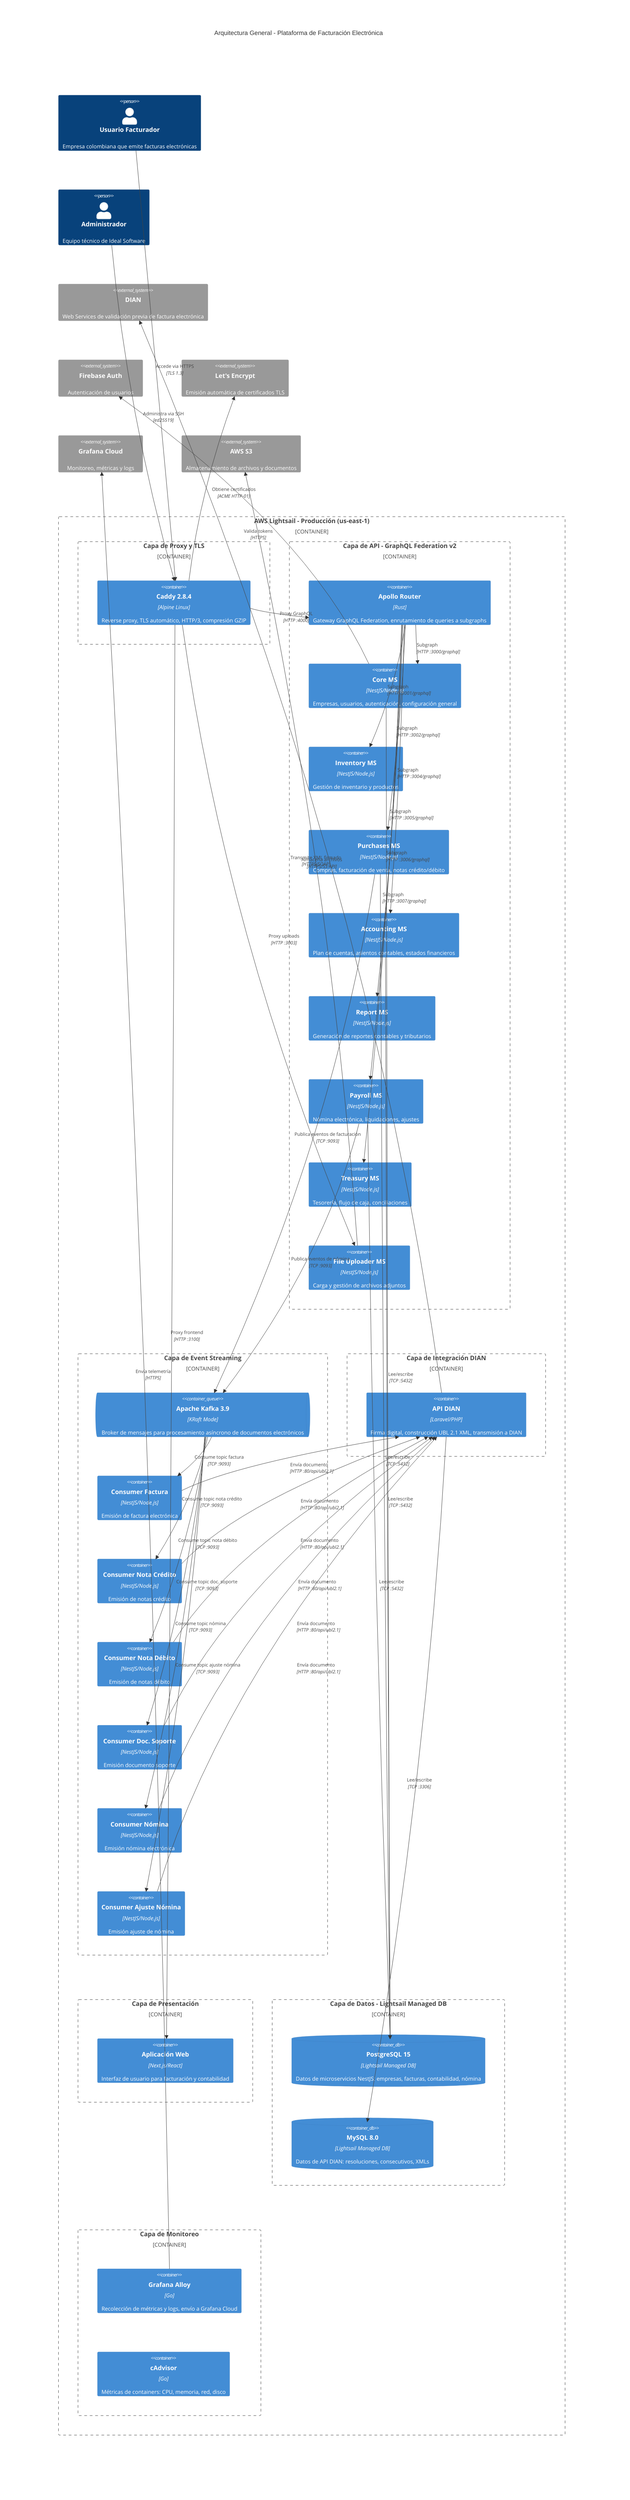
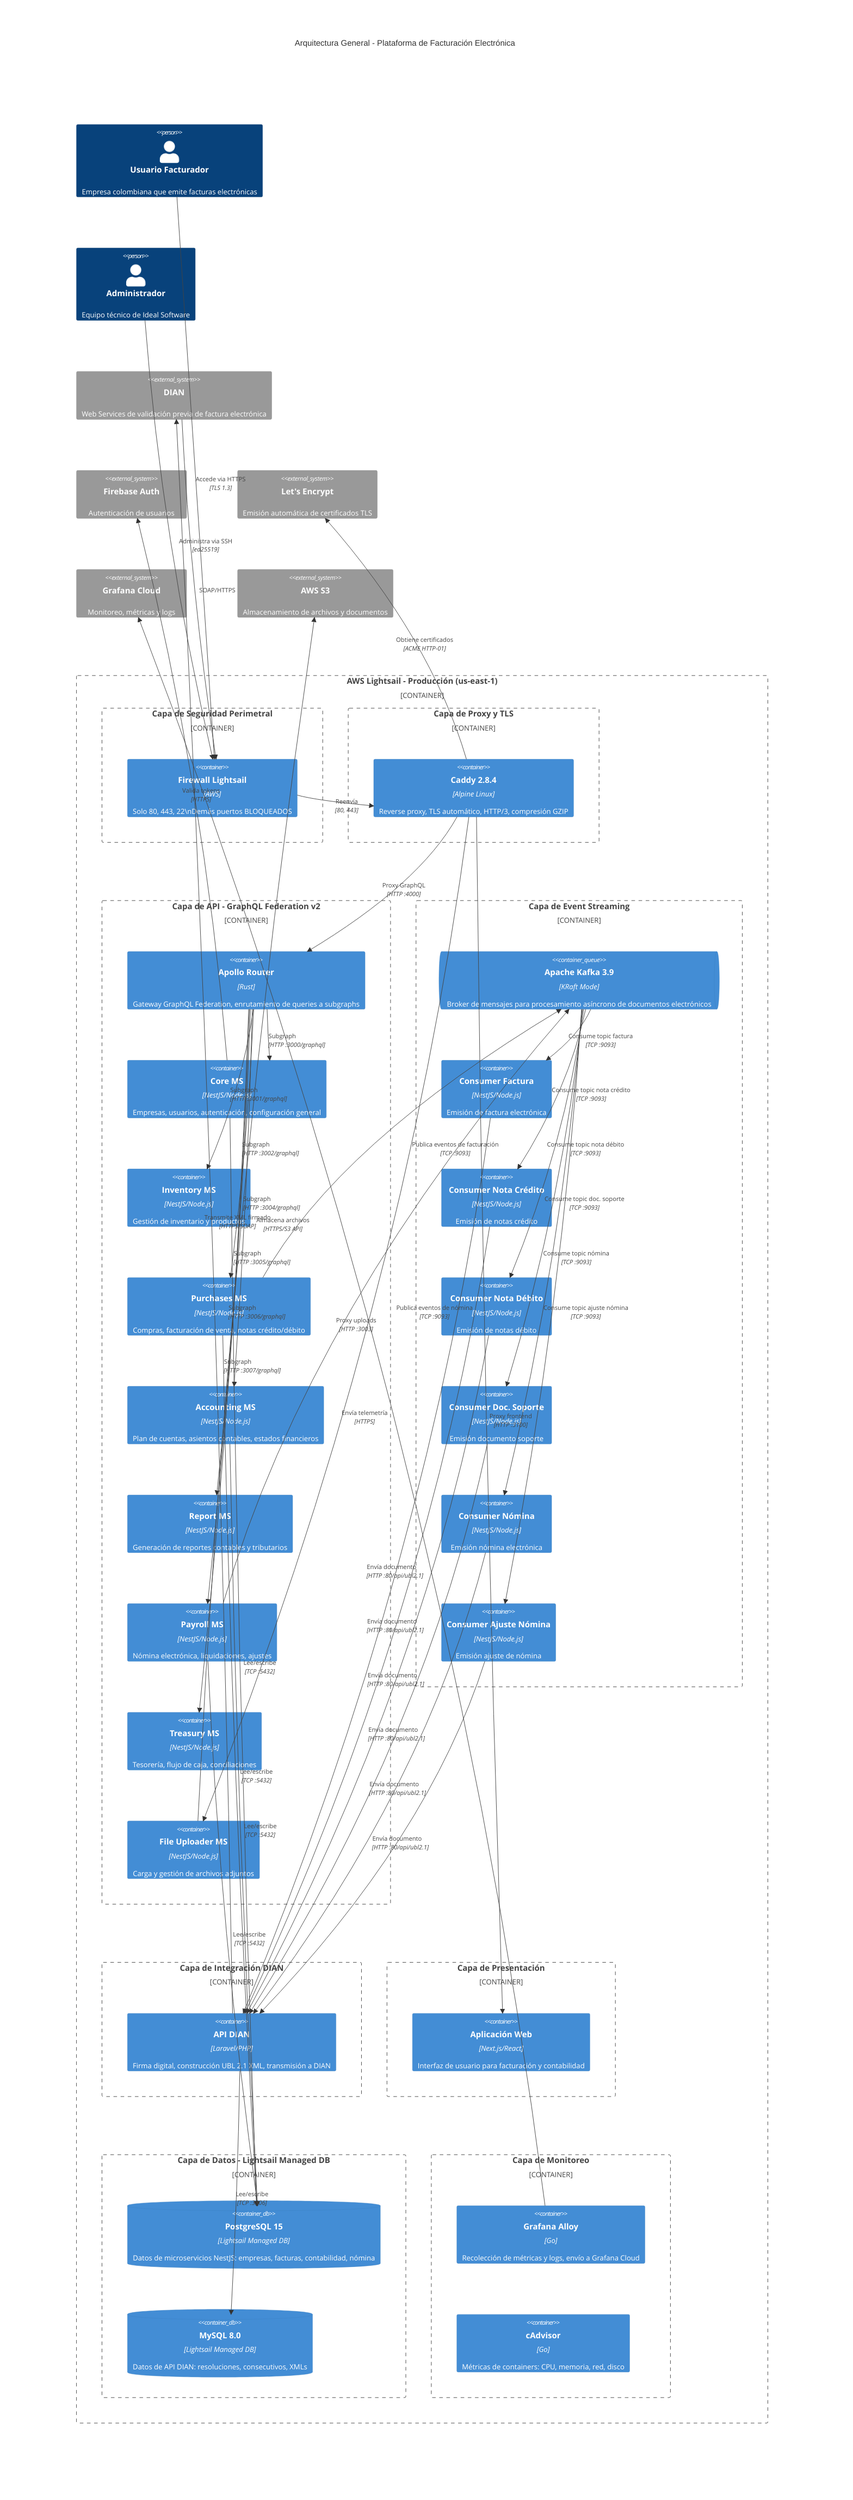
%% Arquitectura General del Servicio
C4Container
    title Arquitectura General - Plataforma de Facturación Electrónica

    Person(usuario, "Usuario Facturador", "Empresa colombiana que emite facturas electrónicas")
    Person(admin, "Administrador", "Equipo técnico de Ideal Software")

    System_Ext(dian, "DIAN", "Web Services de validación previa de factura electrónica")
    System_Ext(firebase, "Firebase Auth", "Autenticación de usuarios")
    System_Ext(letsencrypt, "Let's Encrypt", "Emisión automática de certificados TLS")
    System_Ext(grafana_cloud, "Grafana Cloud", "Monitoreo, métricas y logs")
    System_Ext(aws_s3, "AWS S3", "Almacenamiento de archivos y documentos")

    Container_Boundary(infra, "AWS Lightsail - Producción (us-east-1)") {
+ 
+         Container_Boundary(fw_layer, "Capa de Seguridad Perimetral") {
+             Container(firewall, "Firewall Lightsail", "AWS", "Solo 80, 443, 22\nDemás puertos BLOQUEADOS")
+         }

        Container_Boundary(proxy_layer, "Capa de Proxy y TLS") {
            Container(caddy, "Caddy 2.8.4", "Alpine Linux", "Reverse proxy, TLS automático, HTTP/3, compresión GZIP")
        }

        Container_Boundary(api_layer, "Capa de API - GraphQL Federation v2") {
            Container(router, "Apollo Router", "Rust", "Gateway GraphQL Federation, enrutamiento de queries a subgraphs")
            Container(core, "Core MS", "NestJS/Node.js", "Empresas, usuarios, autenticación, configuración general")
            Container(inventory, "Inventory MS", "NestJS/Node.js", "Gestión de inventario y productos")
            Container(purchases, "Purchases MS", "NestJS/Node.js", "Compras, facturación de venta, notas crédito/débito")
            Container(accounting, "Accounting MS", "NestJS/Node.js", "Plan de cuentas, asientos contables, estados financieros")
            Container(report, "Report MS", "NestJS/Node.js", "Generación de reportes contables y tributarios")
            Container(payroll, "Payroll MS", "NestJS/Node.js", "Nómina electrónica, liquidaciones, ajustes")
            Container(treasury, "Treasury MS", "NestJS/Node.js", "Tesorería, flujo de caja, conciliaciones")
            Container(fileuploader, "File Uploader MS", "NestJS/Node.js", "Carga y gestión de archivos adjuntos")
        }

        Container_Boundary(event_layer, "Capa de Event Streaming") {
            ContainerQueue(kafka, "Apache Kafka 3.9", "KRaft Mode", "Broker de mensajes para procesamiento asíncrono de documentos electrónicos")
            Container(consumer_einvoice, "Consumer Factura", "NestJS/Node.js", "Emisión de factura electrónica")
            Container(consumer_credit, "Consumer Nota Crédito", "NestJS/Node.js", "Emisión de notas crédito")
            Container(consumer_debit, "Consumer Nota Débito", "NestJS/Node.js", "Emisión de notas débito")
            Container(consumer_docsupport, "Consumer Doc. Soporte", "NestJS/Node.js", "Emisión documento soporte")
            Container(consumer_payroll, "Consumer Nómina", "NestJS/Node.js", "Emisión nómina electrónica")
            Container(consumer_payroll_adj, "Consumer Ajuste Nómina", "NestJS/Node.js", "Emisión ajuste de nómina")
        }

        Container_Boundary(dian_layer, "Capa de Integración DIAN") {
            Container(api_dian, "API DIAN", "Laravel/PHP", "Firma digital, construcción UBL 2.1 XML, transmisión a DIAN")
        }

        Container_Boundary(frontend_layer, "Capa de Presentación") {
            Container(webapp, "Aplicación Web", "Next.js/React", "Interfaz de usuario para facturación y contabilidad")
        }

        Container_Boundary(data_layer, "Capa de Datos - Lightsail Managed DB") {
            ContainerDb(postgres, "PostgreSQL 15", "Lightsail Managed DB", "Datos de microservicios NestJS: empresas, facturas, contabilidad, nómina")
            ContainerDb(mysql, "MySQL 8.0", "Lightsail Managed DB", "Datos de API DIAN: resoluciones, consecutivos, XMLs")
        }

        Container_Boundary(monitoring_layer, "Capa de Monitoreo") {
            Container(alloy, "Grafana Alloy", "Go", "Recolección de métricas y logs, envío a Grafana Cloud")
            Container(cadvisor, "cAdvisor", "Go", "Métricas de containers: CPU, memoria, red, disco")
        }
    }

-     Rel(usuario, caddy, "Accede via HTTPS", "TLS 1.3")
-     Rel(admin, caddy, "Administra via SSH", "ed25519")
+     Rel(usuario, firewall, "Accede via HTTPS", "TLS 1.3")
+     Rel(admin, firewall, "Administra via SSH", "ed25519")
+     Rel(firewall, caddy, "Reenvía", "80, 443")
    Rel(caddy, router, "Proxy GraphQL", "HTTP :4000")
    Rel(caddy, fileuploader, "Proxy uploads", "HTTP :3003")
    Rel(caddy, webapp, "Proxy frontend", "HTTP :3100")

    Rel(router, core, "Subgraph", "HTTP :3000/graphql")
    Rel(router, inventory, "Subgraph", "HTTP :3001/graphql")
    Rel(router, purchases, "Subgraph", "HTTP :3002/graphql")
    Rel(router, accounting, "Subgraph", "HTTP :3004/graphql")
    Rel(router, report, "Subgraph", "HTTP :3005/graphql")
    Rel(router, payroll, "Subgraph", "HTTP :3006/graphql")
    Rel(router, treasury, "Subgraph", "HTTP :3007/graphql")

    Rel(purchases, kafka, "Publica eventos de facturación", "TCP :9093")
    Rel(payroll, kafka, "Publica eventos de nómina", "TCP :9093")

    Rel(kafka, consumer_einvoice, "Consume topic factura", "TCP :9093")
    Rel(kafka, consumer_credit, "Consume topic nota crédito", "TCP :9093")
    Rel(kafka, consumer_debit, "Consume topic nota débito", "TCP :9093")
    Rel(kafka, consumer_docsupport, "Consume topic doc. soporte", "TCP :9093")
    Rel(kafka, consumer_payroll, "Consume topic nómina", "TCP :9093")
    Rel(kafka, consumer_payroll_adj, "Consume topic ajuste nómina", "TCP :9093")

    Rel(consumer_einvoice, api_dian, "Envía documento", "HTTP :80/api/ubl2.1")
    Rel(consumer_credit, api_dian, "Envía documento", "HTTP :80/api/ubl2.1")
    Rel(consumer_debit, api_dian, "Envía documento", "HTTP :80/api/ubl2.1")
    Rel(consumer_docsupport, api_dian, "Envía documento", "HTTP :80/api/ubl2.1")
    Rel(consumer_payroll, api_dian, "Envía documento", "HTTP :80/api/ubl2.1")
    Rel(consumer_payroll_adj, api_dian, "Envía documento", "HTTP :80/api/ubl2.1")

    Rel(api_dian, dian, "Transmite XML firmado", "HTTPS/SOAP")
+     Rel(dian, firewall, "SOAP/HTTPS")

    Rel(core, postgres, "Lee/escribe", "TCP :5432")
    Rel(purchases, postgres, "Lee/escribe", "TCP :5432")
    Rel(payroll, postgres, "Lee/escribe", "TCP :5432")
    Rel(accounting, postgres, "Lee/escribe", "TCP :5432")
    Rel(api_dian, mysql, "Lee/escribe", "TCP :3306")

    Rel(core, firebase, "Valida tokens", "HTTPS")
    Rel(caddy, letsencrypt, "Obtiene certificados", "ACME HTTP-01")
    Rel(alloy, grafana_cloud, "Envía telemetría", "HTTPS")
    Rel(fileuploader, aws_s3, "Almacena archivos", "HTTPS/S3 API")
